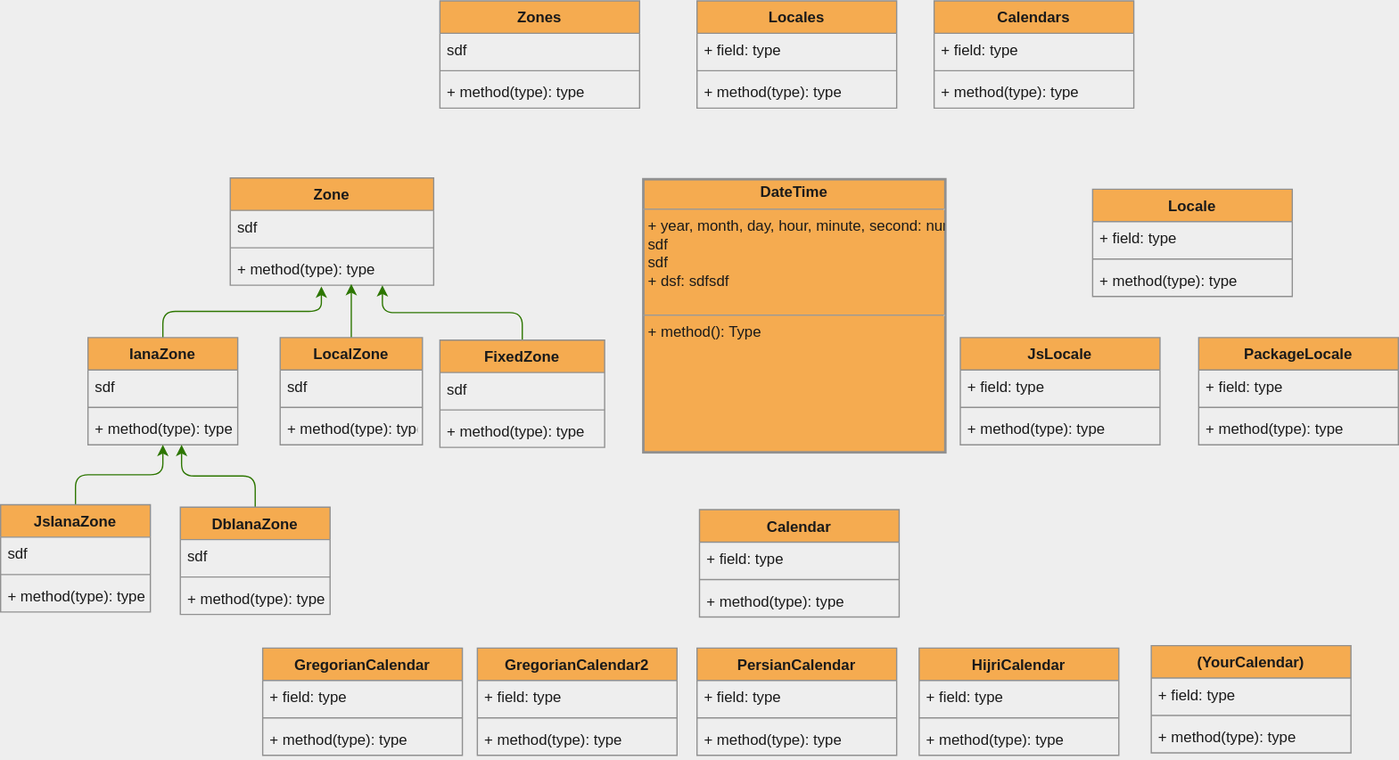
The draw.io diagram class-diagram.drawio.svg in kick-mind/date-src, before a commit. Source tidied: cells renumbered, new cells last; positions are measured from the earlier drawing's top-left corner, leaving out a move shared by most shapes.
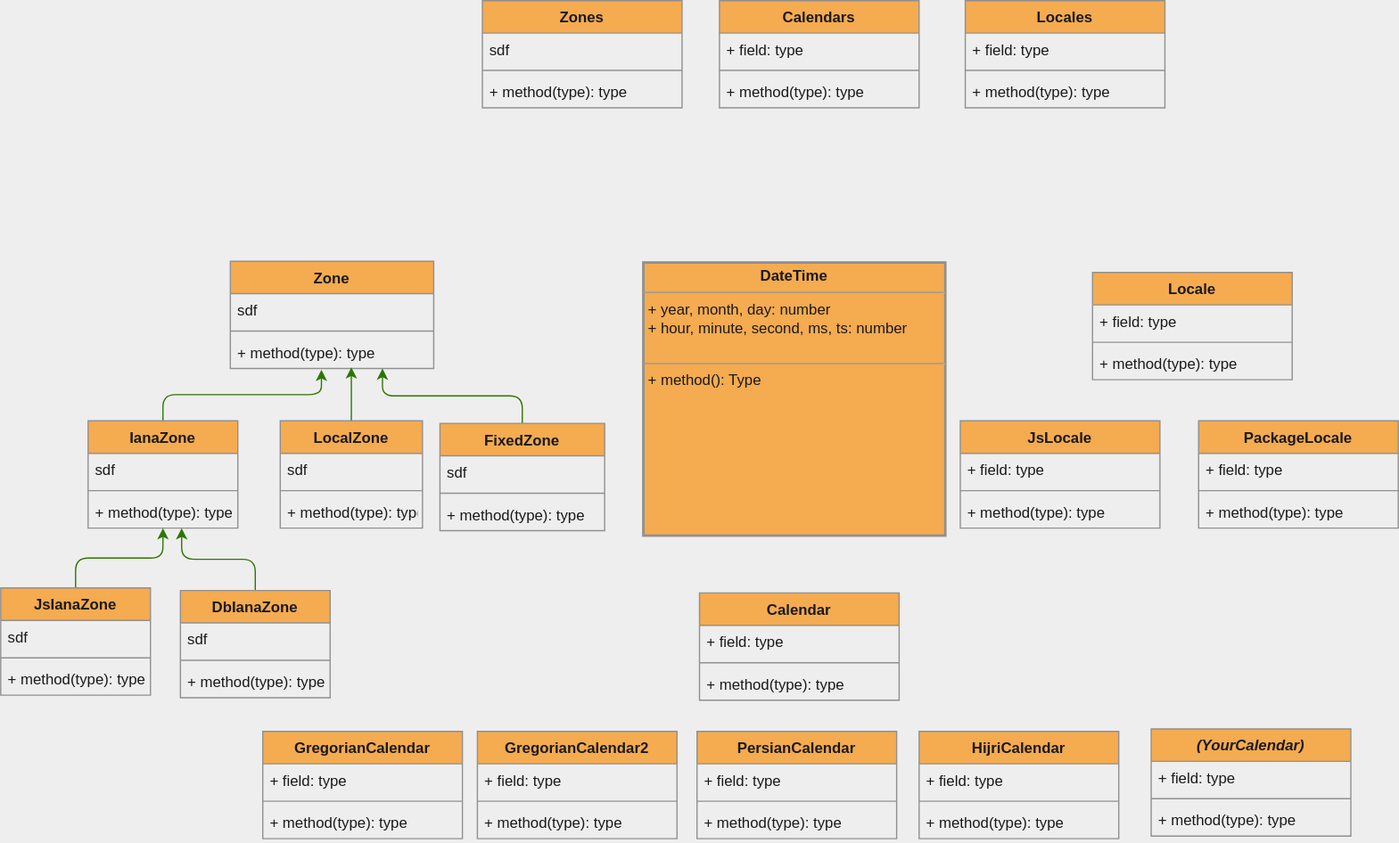
The same file after the commit.

Change to the diagram source:
```diff
@@ -2,7 +2,7 @@
   <root>
     <mxCell id="0" />
     <mxCell id="1" parent="0" />
-    <mxCell id="2" value="&lt;p style=&quot;margin: 0px ; margin-top: 4px ; text-align: center&quot;&gt;&lt;b&gt;DateTime&lt;/b&gt;&lt;/p&gt;&lt;hr size=&quot;1&quot;&gt;&lt;p style=&quot;margin: 0px ; margin-left: 4px&quot;&gt;+ year, month, day, hour, minute, second: number&lt;/p&gt;&lt;p style=&quot;margin: 0px ; margin-left: 4px&quot;&gt;sdf&lt;/p&gt;&lt;p style=&quot;margin: 0px ; margin-left: 4px&quot;&gt;sdf&lt;/p&gt;&lt;p style=&quot;margin: 0px ; margin-left: 4px&quot;&gt;+ dsf: sdfsdf&lt;/p&gt;&lt;p style=&quot;margin: 0px ; margin-left: 4px&quot;&gt;&lt;br&gt;&lt;/p&gt;&lt;hr size=&quot;1&quot;&gt;&lt;p style=&quot;margin: 0px ; margin-left: 4px&quot;&gt;+ method(): Type&lt;/p&gt;&lt;p style=&quot;margin: 0px ; margin-left: 4px&quot;&gt;&lt;br&gt;&lt;/p&gt;" style="verticalAlign=top;align=left;overflow=fill;fontSize=12;fontFamily=Helvetica;html=1;fillColor=#F5AB50;fontColor=#1A1A1A;strokeWidth=2;strokeColor=#909090;" parent="1" vertex="1">
+    <mxCell id="2" value="&lt;p style=&quot;margin: 0px ; margin-top: 4px ; text-align: center&quot;&gt;&lt;b&gt;DateTime&lt;/b&gt;&lt;/p&gt;&lt;hr size=&quot;1&quot;&gt;&lt;p style=&quot;margin: 0px ; margin-left: 4px&quot;&gt;+ year, month, day: number&lt;/p&gt;&lt;p style=&quot;margin: 0px ; margin-left: 4px&quot;&gt;+ hour, minute, second, ms, ts: number&lt;/p&gt;&lt;p style=&quot;margin: 0px ; margin-left: 4px&quot;&gt;&lt;br&gt;&lt;/p&gt;&lt;hr size=&quot;1&quot;&gt;&lt;p style=&quot;margin: 0px ; margin-left: 4px&quot;&gt;+ method(): Type&lt;/p&gt;&lt;p style=&quot;margin: 0px ; margin-left: 4px&quot;&gt;&lt;br&gt;&lt;/p&gt;" style="verticalAlign=top;align=left;overflow=fill;fontSize=12;fontFamily=Helvetica;html=1;fillColor=#F5AB50;fontColor=#1A1A1A;strokeWidth=2;strokeColor=#909090;" parent="1" vertex="1">
       <mxGeometry x="515" y="143" width="242" height="219" as="geometry" />
     </mxCell>
     <mxCell id="3" value="Locale" style="swimlane;fontStyle=1;align=center;verticalAlign=top;horizontal=1;startSize=26;strokeColor=#909090;fillColor=#F5AB50;fontColor=#1A1A1A;" parent="1" vertex="1">
@@ -42,7 +42,7 @@
       <mxGeometry y="60" width="160" height="26" as="geometry" />
     </mxCell>
     <mxCell id="15" value="Calendars" style="swimlane;fontStyle=1;align=center;verticalAlign=top;horizontal=1;startSize=26;strokeColor=#909090;fillColor=#F5AB50;fontColor=#1A1A1A;" parent="1" vertex="1">
-      <mxGeometry x="748" width="160" height="86" as="geometry" />
+      <mxGeometry x="576" y="-67" width="160" height="86" as="geometry" />
     </mxCell>
     <mxCell id="16" value="+ field: type" style="text;strokeColor=none;fillColor=none;align=left;verticalAlign=top;spacingLeft=4;spacingRight=4;overflow=hidden;fontColor=#1A1A1A;" parent="15" vertex="1">
       <mxGeometry y="26" width="160" height="26" as="geometry" />
@@ -54,7 +54,7 @@
       <mxGeometry y="60" width="160" height="26" as="geometry" />
     </mxCell>
     <mxCell id="19" value="Locales" style="swimlane;fontStyle=1;align=center;verticalAlign=top;horizontal=1;startSize=26;strokeColor=#909090;fillColor=#F5AB50;fontColor=#1A1A1A;" parent="1" vertex="1">
-      <mxGeometry x="558" width="160" height="86" as="geometry" />
+      <mxGeometry x="773" y="-67" width="160" height="86" as="geometry" />
     </mxCell>
     <mxCell id="20" value="+ field: type" style="text;strokeColor=none;fillColor=none;align=left;verticalAlign=top;spacingLeft=4;spacingRight=4;overflow=hidden;fontColor=#1A1A1A;" parent="19" vertex="1">
       <mxGeometry y="26" width="160" height="26" as="geometry" />
@@ -66,7 +66,7 @@
       <mxGeometry y="60" width="160" height="26" as="geometry" />
     </mxCell>
     <mxCell id="23" value="Zones" style="swimlane;fontStyle=1;align=center;verticalAlign=top;horizontal=1;startSize=26;strokeColor=#909090;fillColor=#F5AB50;fontColor=#1A1A1A;" parent="1" vertex="1">
-      <mxGeometry x="352" width="160" height="86" as="geometry" />
+      <mxGeometry x="386" y="-67" width="160" height="86" as="geometry" />
     </mxCell>
     <mxCell id="24" value="sdf" style="text;strokeColor=none;fillColor=none;align=left;verticalAlign=top;spacingLeft=4;spacingRight=4;overflow=hidden;fontColor=#1A1A1A;" parent="23" vertex="1">
       <mxGeometry y="26" width="160" height="26" as="geometry" />
@@ -125,7 +125,7 @@
     <mxCell id="42" value="+ method(type): type" style="text;strokeColor=none;fillColor=none;align=left;verticalAlign=top;spacingLeft=4;spacingRight=4;overflow=hidden;fontColor=#1A1A1A;" parent="39" vertex="1">
       <mxGeometry y="60" width="160" height="26" as="geometry" />
     </mxCell>
-    <mxCell id="43" value="(YourCalendar)" style="swimlane;fontStyle=1;align=center;verticalAlign=top;horizontal=1;startSize=26;strokeColor=#909090;fillColor=#F5AB50;fontColor=#1A1A1A;" parent="1" vertex="1">
+    <mxCell id="43" value="(YourCalendar)" style="swimlane;fontStyle=3;align=center;verticalAlign=top;horizontal=1;startSize=26;strokeColor=#909090;fillColor=#F5AB50;fontColor=#1A1A1A;" parent="1" vertex="1">
       <mxGeometry x="922" y="517" width="160" height="86" as="geometry" />
     </mxCell>
     <mxCell id="44" value="+ field: type" style="text;strokeColor=none;fillColor=none;align=left;verticalAlign=top;spacingLeft=4;spacingRight=4;overflow=hidden;fontColor=#1A1A1A;" parent="43" vertex="1">
```
